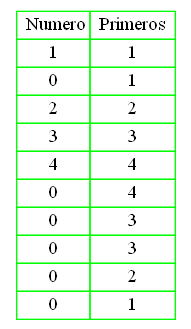
Before: primeros0.png, a diagram exported from Graphviz (sergio201801442/OLC1_Practica1_201801442). Its source is kept beside it as primeros0.dot.
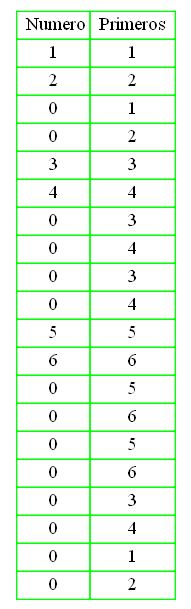
Later version of the same file.

The edit, as a diff of the source:
```diff
@@ -4,15 +4,25 @@
 label=<
 <table border='0' cellborder='1' color='green' cellspacing='0'>
 <tr><td> Numero</td><td> Primeros </td></tr><tr><td>1</td><td>1</td></tr>
+<tr><td>2</td><td>2</td></tr>
 <tr><td>0</td><td>1</td></tr>
-<tr><td>2</td><td>2</td></tr>
+<tr><td>0</td><td>2</td></tr>
 <tr><td>3</td><td>3</td></tr>
 <tr><td>4</td><td>4</td></tr>
+<tr><td>0</td><td>3</td></tr>
 <tr><td>0</td><td>4</td></tr>
 <tr><td>0</td><td>3</td></tr>
+<tr><td>0</td><td>4</td></tr>
+<tr><td>5</td><td>5</td></tr>
+<tr><td>6</td><td>6</td></tr>
+<tr><td>0</td><td>5</td></tr>
+<tr><td>0</td><td>6</td></tr>
+<tr><td>0</td><td>5</td></tr>
+<tr><td>0</td><td>6</td></tr>
 <tr><td>0</td><td>3</td></tr>
+<tr><td>0</td><td>4</td></tr>
+<tr><td>0</td><td>1</td></tr>
 <tr><td>0</td><td>2</td></tr>
-<tr><td>0</td><td>1</td></tr>
 </table>
 >];
 }
```
